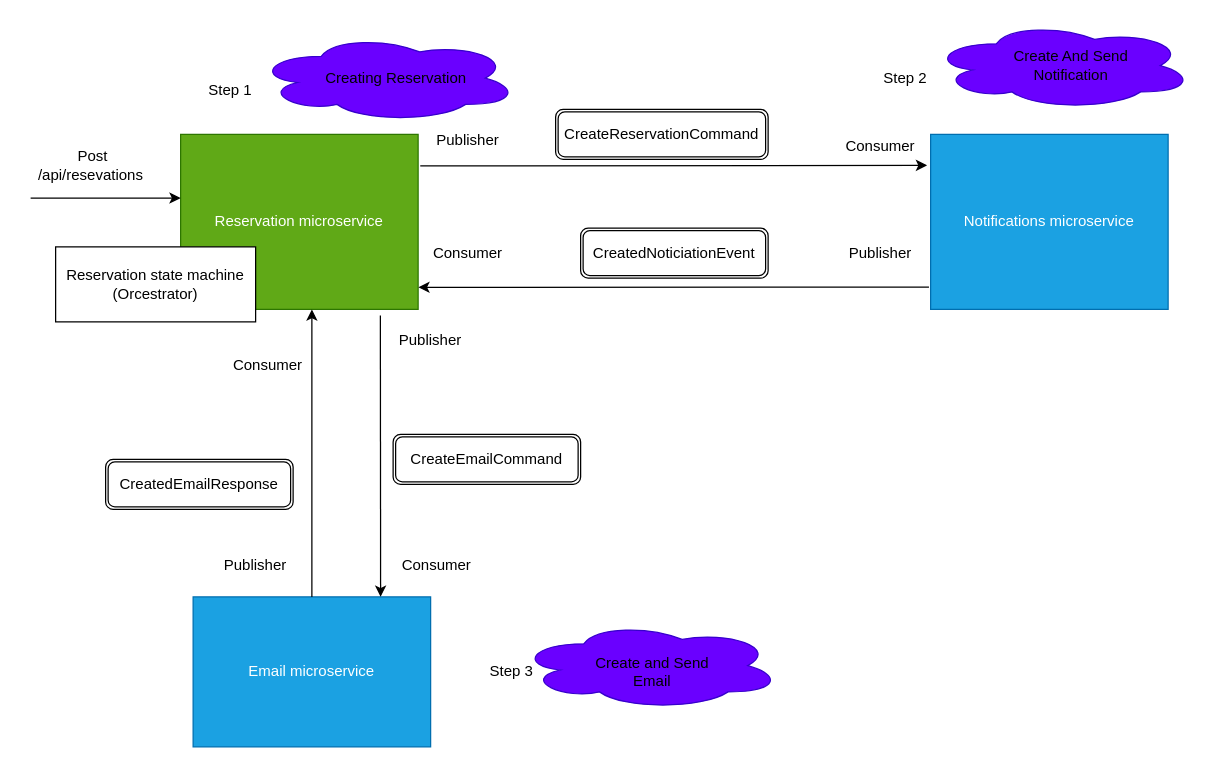
Trip-booking-organisation/LodgeSpotGo keeps this draw.io diagram as documentation/saga.drawio. Above is the earlier version. Source tidied: cells renumbered, new cells numbered last; positions are measured from the earlier drawing's top-left corner, leaving out a move shared by most shapes. Both pictures are drawn from the tidied source at 125%, with x=0, y=0 at pixel (30, 21).
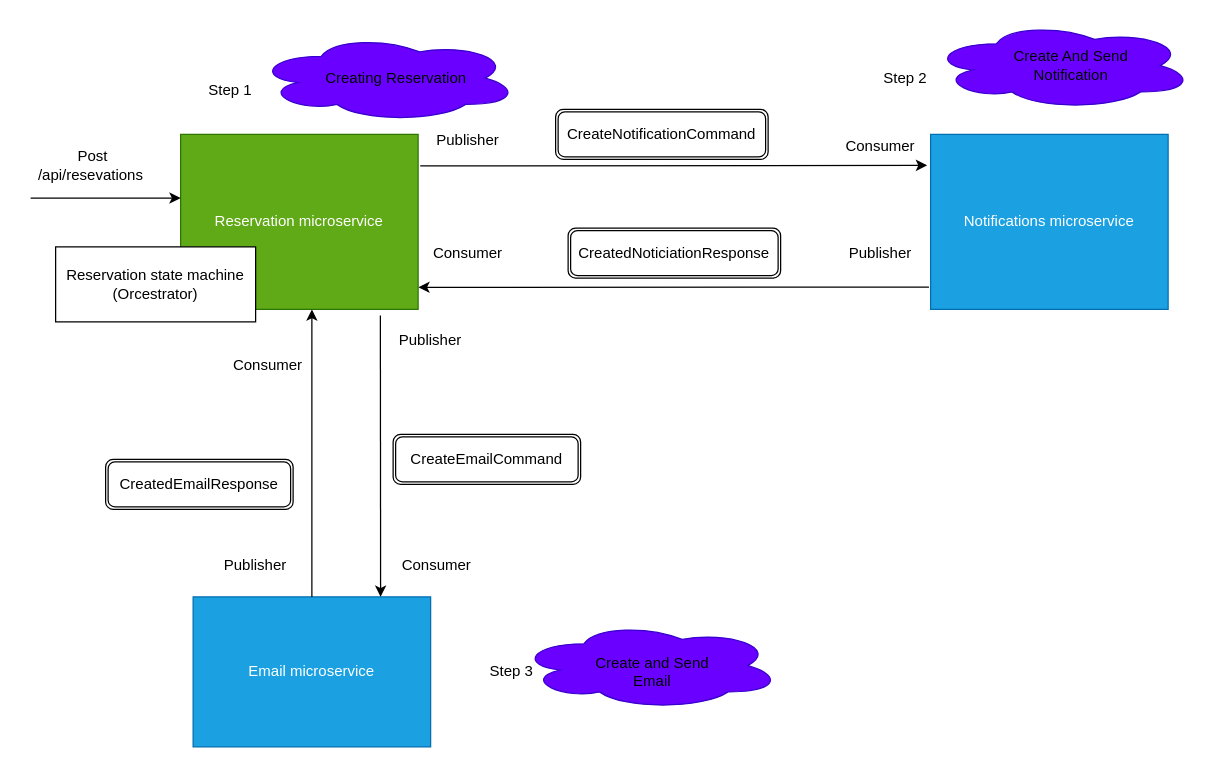
The same page after the edit.

Change to the diagram source:
```diff
@@
-    <mxCell id="10" value="CreateReservationCommand" style="shape=ext;double=1;rounded=1;whiteSpace=wrap;html=1;" parent="1" vertex="1">
+    <mxCell id="10" value="CreateNotificationCommand" style="shape=ext;double=1;rounded=1;whiteSpace=wrap;html=1;" parent="1" vertex="1">
       <mxGeometry x="420" y="70" width="170" height="40" as="geometry" />
     </mxCell>
@@
-    <mxCell id="15" value="CreatedNoticiationEvent" style="shape=ext;double=1;rounded=1;whiteSpace=wrap;html=1;" parent="1" vertex="1">
-      <mxGeometry x="440" y="165" width="150" height="40" as="geometry" />
+    <mxCell id="15" value="CreatedNoticiationResponse" style="shape=ext;double=1;rounded=1;whiteSpace=wrap;html=1;" parent="1" vertex="1">
+      <mxGeometry x="430" y="165" width="170" height="40" as="geometry" />
     </mxCell>
```
